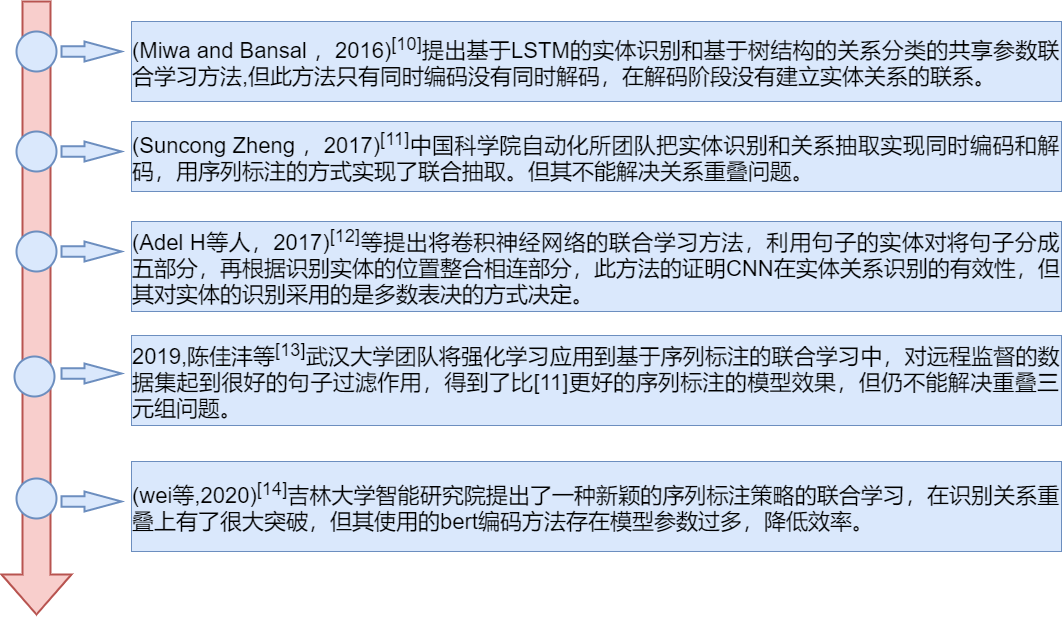
The draw.io diagram test2.png in bigbigkid/awesome-knowledge-graph, before a commit. Source tidied: cells renumbered, new cells last; positions are measured from the earlier drawing's top-left corner, leaving out a move shared by most shapes.
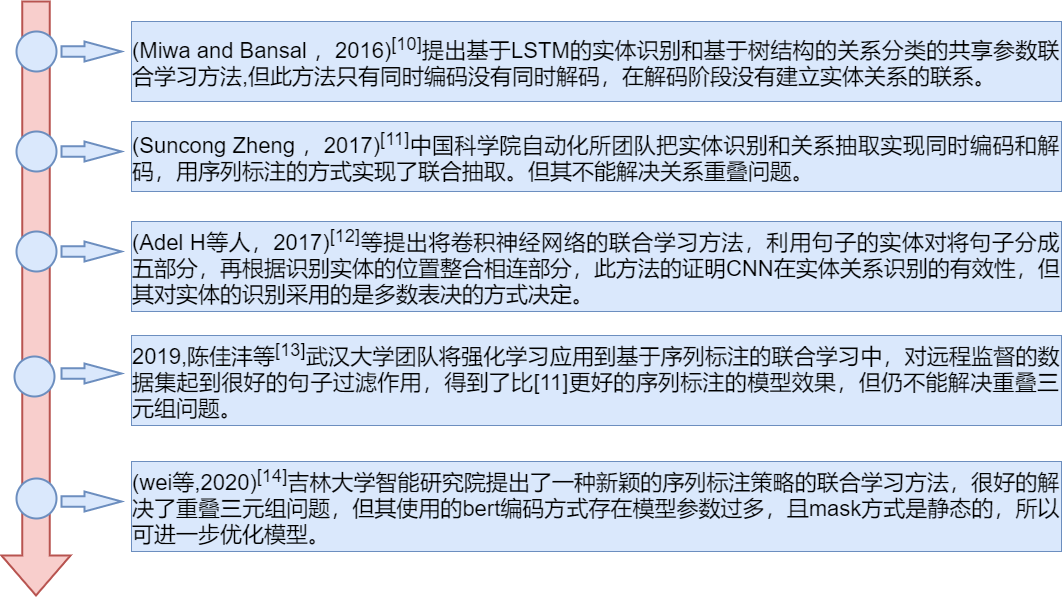
The same diagram one commit later.

The edit, as a diff of the source:
```diff
@@ -3,7 +3,7 @@
     <mxCell id="0" />
     <mxCell id="1" parent="0" />
     <mxCell id="2" style="verticalLabelPosition=bottom;verticalAlign=top;html=1;strokeWidth=2;shape=mxgraph.arrows2.arrow;dy=0.6;dx=40;notch=0;fillColor=#f8cecc;strokeColor=#b85450;direction=south;" parent="1" vertex="1">
-      <mxGeometry width="70" height="613" as="geometry" />
+      <mxGeometry width="69" height="594" as="geometry" />
     </mxCell>
     <mxCell id="3" style="strokeWidth=2;html=1;shape=mxgraph.flowchart.start_2;whiteSpace=wrap;fillColor=#dae8fc;strokeColor=#6c8ebf;" parent="1" vertex="1">
       <mxGeometry x="15" y="130" width="40" height="40" as="geometry" />
@@ -56,7 +56,7 @@
     <mxCell id="19" value="&lt;div style=&quot;text-align: justify&quot;&gt;&lt;div&gt;&lt;font style=&quot;font-size: 22px&quot;&gt;2019,陈佳沣等&lt;sup&gt;[13]&lt;/sup&gt;武汉大学团队将强化学习应用到基于序列标注的联合学习中，对远程监督的数据集起到很好的句子过滤作用，得到了比[11]更好的序列标注的模型效果，但仍不能解决重叠三元组问题。&lt;/font&gt;&lt;/div&gt;&lt;/div&gt;" style="whiteSpace=wrap;html=1;fillColor=#dae8fc;strokeColor=#6c8ebf;" parent="1" vertex="1">
       <mxGeometry x="130" y="334" width="930" height="90" as="geometry" />
     </mxCell>
-    <mxCell id="20" value="&lt;div style=&quot;text-align: justify&quot;&gt;&lt;div&gt;&lt;font style=&quot;font-size: 22px&quot;&gt;(wei等,2020)&lt;sup&gt;[14]&lt;/sup&gt;吉林大学智能研究院提出了一种新颖的序列标注策略的联合学习，在识别关系重叠上有了很大突破，但其使用的bert编码方法存在模型参数过多，降低效率。&lt;/font&gt;&lt;/div&gt;&lt;/div&gt;" style="whiteSpace=wrap;html=1;fillColor=#dae8fc;strokeColor=#6c8ebf;" parent="1" vertex="1">
+    <mxCell id="20" value="&lt;div style=&quot;text-align: justify&quot;&gt;&lt;div&gt;&lt;font style=&quot;font-size: 22px&quot;&gt;(wei等,2020)&lt;sup&gt;[14]&lt;/sup&gt;吉林大学智能研究院提出了一种新颖的序列标注策略的联合学习方法，很好的解决了重叠三元组问题，但其使用的bert编码方式存在模型参数过多，且mask方式是静态的，所以可进一步优化模型。&lt;/font&gt;&lt;/div&gt;&lt;/div&gt;" style="whiteSpace=wrap;html=1;fillColor=#dae8fc;strokeColor=#6c8ebf;" parent="1" vertex="1">
       <mxGeometry x="130" y="460" width="930" height="90" as="geometry" />
     </mxCell>
   </root>
```
